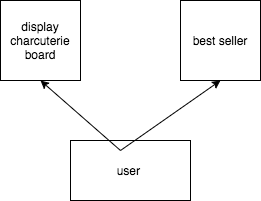
Earlier version of the draw.io export tables connection.drawio.png (johntran1203/board). Source tidied: cells renumbered, new cells last; positions are measured from the earlier drawing's top-left corner, leaving out a move shared by most shapes. Source of this version:
```xml
<mxGraphModel>
  <root>
    <mxCell id="0" />
    <mxCell id="1" parent="0" />
    <mxCell id="2" value="display charcuterie board" style="whiteSpace=wrap;html=1;" parent="1" vertex="1">
      <mxGeometry width="80" height="80" as="geometry" />
    </mxCell>
    <mxCell id="3" value="best seller" style="whiteSpace=wrap;html=1;" parent="1" vertex="1">
      <mxGeometry x="180" width="80" height="80" as="geometry" />
    </mxCell>
    <mxCell id="4" value="user&amp;nbsp;" style="rounded=0;whiteSpace=wrap;html=1;" parent="1" vertex="1">
      <mxGeometry x="70" y="140" width="120" height="60" as="geometry" />
    </mxCell>
    <mxCell id="5" style="endArrow=classic;html=1;rounded=0;entryX=0.5;entryY=1;entryDx=0;entryDy=0;" parent="1" edge="1" target="2">
      <mxGeometry relative="1" as="geometry">
        <mxPoint x="120" y="150" as="sourcePoint" />
      </mxGeometry>
    </mxCell>
    <mxCell id="6" style="endArrow=classic;html=1;rounded=0;entryX=0.5;entryY=1;entryDx=0;entryDy=0;" parent="1" edge="1" target="3">
      <mxGeometry relative="1" as="geometry">
        <mxPoint x="120" y="150" as="sourcePoint" />
      </mxGeometry>
    </mxCell>
  </root>
</mxGraphModel>
```
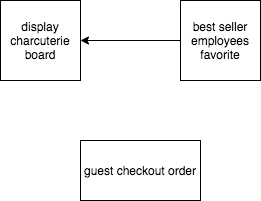
The same file after the commit.

The edit, as a diff of the source:
```diff
@@ -5,21 +5,14 @@
     <mxCell id="2" value="display charcuterie board" style="whiteSpace=wrap;html=1;" parent="1" vertex="1">
       <mxGeometry width="80" height="80" as="geometry" />
     </mxCell>
-    <mxCell id="3" value="best seller" style="whiteSpace=wrap;html=1;" parent="1" vertex="1">
+    <mxCell id="3" value="best seller&lt;br&gt;employees&lt;br&gt;favorite" style="whiteSpace=wrap;html=1;" parent="1" vertex="1">
       <mxGeometry x="180" width="80" height="80" as="geometry" />
     </mxCell>
-    <mxCell id="4" value="user&amp;nbsp;" style="rounded=0;whiteSpace=wrap;html=1;" parent="1" vertex="1">
-      <mxGeometry x="70" y="140" width="120" height="60" as="geometry" />
+    <mxCell id="4" value="guest checkout order&lt;br&gt;" style="rounded=0;whiteSpace=wrap;html=1;fillColor=default;strokeColor=default;fontColor=default;" parent="1" vertex="1">
+      <mxGeometry x="80" y="140" width="120" height="60" as="geometry" />
     </mxCell>
-    <mxCell id="5" style="endArrow=classic;html=1;rounded=0;entryX=0.5;entryY=1;entryDx=0;entryDy=0;" parent="1" edge="1" target="2">
-      <mxGeometry relative="1" as="geometry">
-        <mxPoint x="120" y="150" as="sourcePoint" />
-      </mxGeometry>
-    </mxCell>
-    <mxCell id="6" style="endArrow=classic;html=1;rounded=0;entryX=0.5;entryY=1;entryDx=0;entryDy=0;" parent="1" edge="1" target="3">
-      <mxGeometry relative="1" as="geometry">
-        <mxPoint x="120" y="150" as="sourcePoint" />
-      </mxGeometry>
-    </mxCell>
+    <mxCell id="7" style="endArrow=classic;html=1;rounded=0;fontColor=default;entryX=1;entryY=0.5;entryDx=0;entryDy=0;strokeColor=default;labelBackgroundColor=default;exitX=0;exitY=0.5;exitDx=0;exitDy=0;" parent="1" edge="1" source="3" target="2">
+      <mxGeometry relative="1" as="geometry" />
+    </mxCell>
   </root>
 </mxGraphModel>
```
